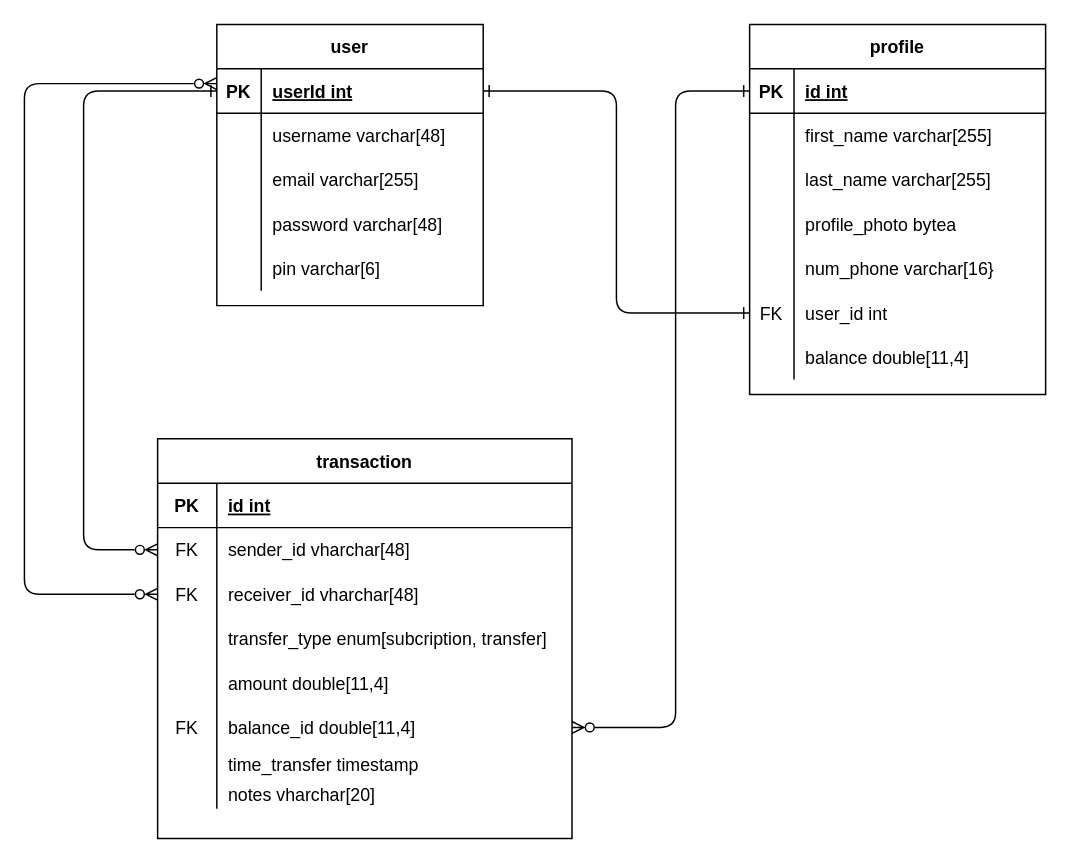
This is erdWallet.drawio from ramdhanstdi/fw9-backend, a draw.io file, before an edit. Source tidied: cells renumbered, new cells numbered last; positions are measured from the earlier drawing's top-left corner, leaving out a move shared by most shapes. Both pictures are drawn from the tidied source at 148%, with x=0, y=0 at pixel (24, 24).
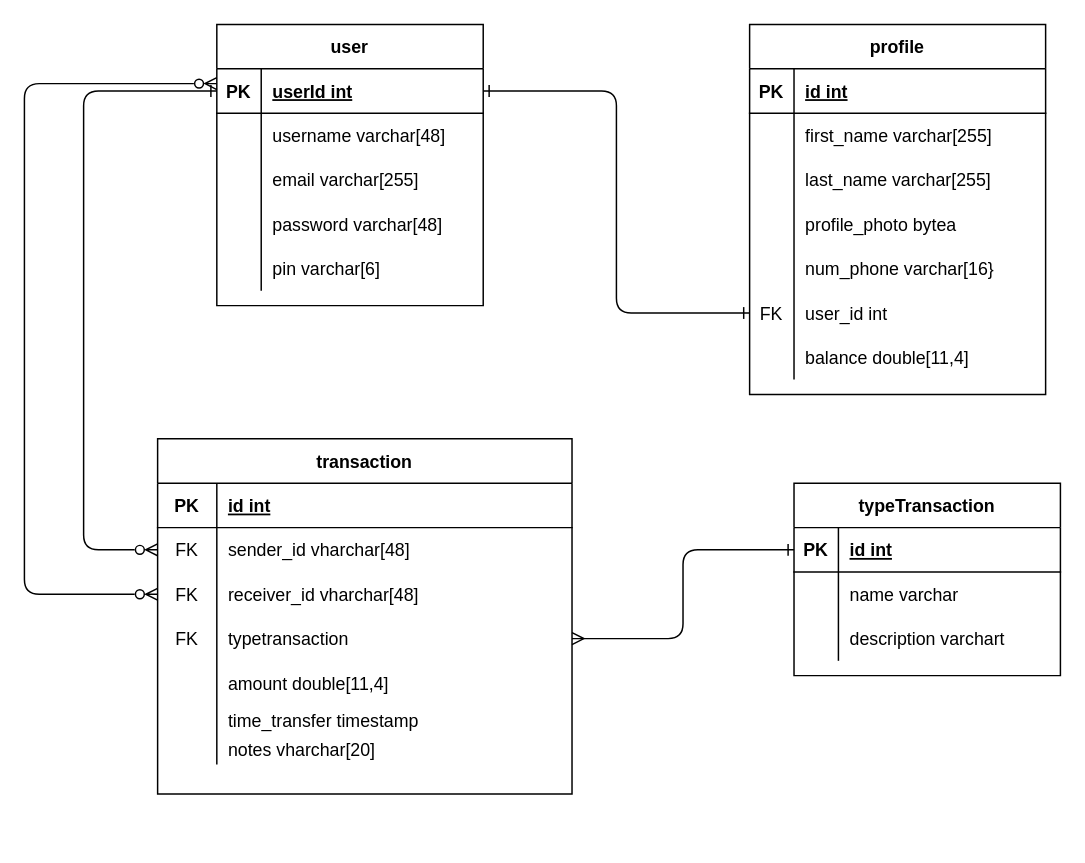
Above is the later version.

Commit message:
chore: add Table typeTransaction

The change refers to these unchanged cells:
```xml
<mxCell id="19" style="shape=partialRectangle;fillColor=none;top=0;left=0;bottom=1;right=0;points=[[0,0.5],[1,0.5]];portConstraint=eastwest;" parent="18" vertex="1">
  <mxGeometry y="30" width="200" height="30" as="geometry" />
</mxCell>
<mxCell id="50" style="shape=partialRectangle;fillColor=none;top=0;left=0;bottom=0;right=0;points=[[0,0.5],[1,0.5]];portConstraint=eastwest;" parent="40" vertex="1">
  <mxGeometry y="120" width="280" height="30" as="geometry" />
</mxCell>
```

Change to the diagram source:
```diff
@@
     <mxCell id="40" value="transaction" style="shape=table;startSize=30;childLayout=tableLayout;rowLines=0;fontStyle=1;align=center;" parent="1" vertex="1">
-      <mxGeometry x="90" y="280" width="280" height="270" as="geometry" />
+      <mxGeometry x="90" y="280" width="280" height="240" as="geometry" />
     </mxCell>
@@
-    <mxCell id="51" style="shape=partialRectangle;fillColor=none;top=0;left=0;bottom=0;right=0;overflow=hidden;" parent="50" vertex="1">
+    <mxCell id="51" value="FK" style="shape=partialRectangle;fillColor=none;top=0;left=0;bottom=0;right=0;overflow=hidden;" parent="50" vertex="1">
       <mxGeometry width="40" height="30" as="geometry" />
     </mxCell>
-    <mxCell id="52" value="transfer_type enum[subcription, transfer]" style="shape=partialRectangle;fillColor=none;top=0;left=0;bottom=0;right=0;align=left;spacingLeft=6;overflow=hidden;" parent="50" vertex="1">
+    <mxCell id="52" value="typetransaction" style="shape=partialRectangle;fillColor=none;top=0;left=0;bottom=0;right=0;align=left;spacingLeft=6;overflow=hidden;" parent="50" vertex="1">
       <mxGeometry x="40" width="240" height="30" as="geometry" />
     </mxCell>
@@
-    <mxCell id="56" style="shape=partialRectangle;fillColor=none;top=0;left=0;bottom=0;right=0;points=[[0,0.5],[1,0.5]];portConstraint=eastwest;" parent="40" vertex="1">
-      <mxGeometry y="180" width="280" height="30" as="geometry" />
-    </mxCell>
-    <mxCell id="57" value="FK" style="shape=partialRectangle;fillColor=none;top=0;left=0;bottom=0;right=0;overflow=hidden;" parent="56" vertex="1">
-      <mxGeometry width="40" height="30" as="geometry" />
-    </mxCell>
-    <mxCell id="58" value="balance_id double[11,4]" style="shape=partialRectangle;fillColor=none;top=0;left=0;bottom=0;right=0;align=left;spacingLeft=6;overflow=hidden;" parent="56" vertex="1">
-      <mxGeometry x="40" width="240" height="30" as="geometry" />
-    </mxCell>
     <mxCell id="59" style="shape=partialRectangle;fillColor=none;top=0;left=0;bottom=0;right=0;" parent="40" vertex="1">
-      <mxGeometry y="210" width="280" height="20" as="geometry" />
+      <mxGeometry y="180" width="280" height="20" as="geometry" />
     </mxCell>
@@
     <mxCell id="62" style="shape=partialRectangle;fillColor=none;top=0;left=0;bottom=0;right=0;" parent="40" vertex="1">
-      <mxGeometry y="230" width="280" height="20" as="geometry" />
+      <mxGeometry y="200" width="280" height="20" as="geometry" />
     </mxCell>
@@
-    <mxCell id="69" style="edgeStyle=none;html=1;exitX=1;exitY=0.5;exitDx=0;exitDy=0;entryX=0;entryY=0.5;entryDx=0;entryDy=0;startArrow=ERzeroToMany;startFill=0;endArrow=ERone;endFill=0;" parent="1" edge="1" source="56" target="19">
-      <mxGeometry relative="1" as="geometry">
-        <Array as="points">
-          <mxPoint x="440" y="475" />
-          <mxPoint x="440" y="45" />
-        </Array>
-      </mxGeometry>
-    </mxCell>
+    <mxCell id="70" value="typeTransaction" style="shape=table;startSize=30;childLayout=tableLayout;rowLines=0;fontStyle=1;align=center;" parent="1" vertex="1">
+      <mxGeometry x="520" y="310" width="180" height="130" as="geometry" />
+    </mxCell>
+    <mxCell id="71" style="shape=partialRectangle;fillColor=none;top=0;left=0;bottom=1;right=0;points=[[0,0.5],[1,0.5]];portConstraint=eastwest;" parent="70" vertex="1">
+      <mxGeometry y="30" width="180" height="30" as="geometry" />
+    </mxCell>
+    <mxCell id="72" value="PK" style="shape=partialRectangle;fillColor=none;top=0;left=0;bottom=0;right=0;fontStyle=1;overflow=hidden;" parent="71" vertex="1">
+      <mxGeometry width="30" height="30" as="geometry" />
+    </mxCell>
+    <mxCell id="73" value="id int" style="shape=partialRectangle;fillColor=none;top=0;left=0;bottom=0;right=0;align=left;spacingLeft=6;fontStyle=5;overflow=hidden;" parent="71" vertex="1">
+      <mxGeometry x="30" width="150" height="30" as="geometry" />
+    </mxCell>
+    <mxCell id="74" style="shape=partialRectangle;fillColor=none;top=0;left=0;bottom=0;right=0;" parent="70" vertex="1">
+      <mxGeometry y="60" width="180" height="30" as="geometry" />
+    </mxCell>
+    <mxCell id="75" style="shape=partialRectangle;fillColor=none;top=0;left=0;bottom=0;right=0;overflow=hidden;" parent="74" vertex="1">
+      <mxGeometry width="30" height="30" as="geometry" />
+    </mxCell>
+    <mxCell id="76" value="name varchar" style="shape=partialRectangle;fillColor=none;top=0;left=0;bottom=0;right=0;align=left;spacingLeft=6;overflow=hidden;" parent="74" vertex="1">
+      <mxGeometry x="30" width="150" height="30" as="geometry" />
+    </mxCell>
+    <mxCell id="77" style="shape=partialRectangle;fillColor=none;top=0;left=0;bottom=0;right=0;" parent="70" vertex="1">
+      <mxGeometry y="90" width="180" height="30" as="geometry" />
+    </mxCell>
+    <mxCell id="78" style="shape=partialRectangle;fillColor=none;top=0;left=0;bottom=0;right=0;overflow=hidden;" parent="77" vertex="1">
+      <mxGeometry width="30" height="30" as="geometry" />
+    </mxCell>
+    <mxCell id="79" value="description varchart" style="shape=partialRectangle;fillColor=none;top=0;left=0;bottom=0;right=0;align=left;spacingLeft=6;overflow=hidden;" parent="77" vertex="1">
+      <mxGeometry x="30" width="150" height="30" as="geometry" />
+    </mxCell>
+    <mxCell id="80" style="edgeStyle=orthogonalEdgeStyle;html=1;entryX=0;entryY=0.5;entryDx=0;entryDy=0;exitX=1;exitY=0.5;exitDx=0;exitDy=0;endArrow=ERone;endFill=0;startArrow=ERmany;startFill=0;" parent="1" edge="1" source="50" target="71">
+      <mxGeometry relative="1" as="geometry" />
+    </mxCell>
```
